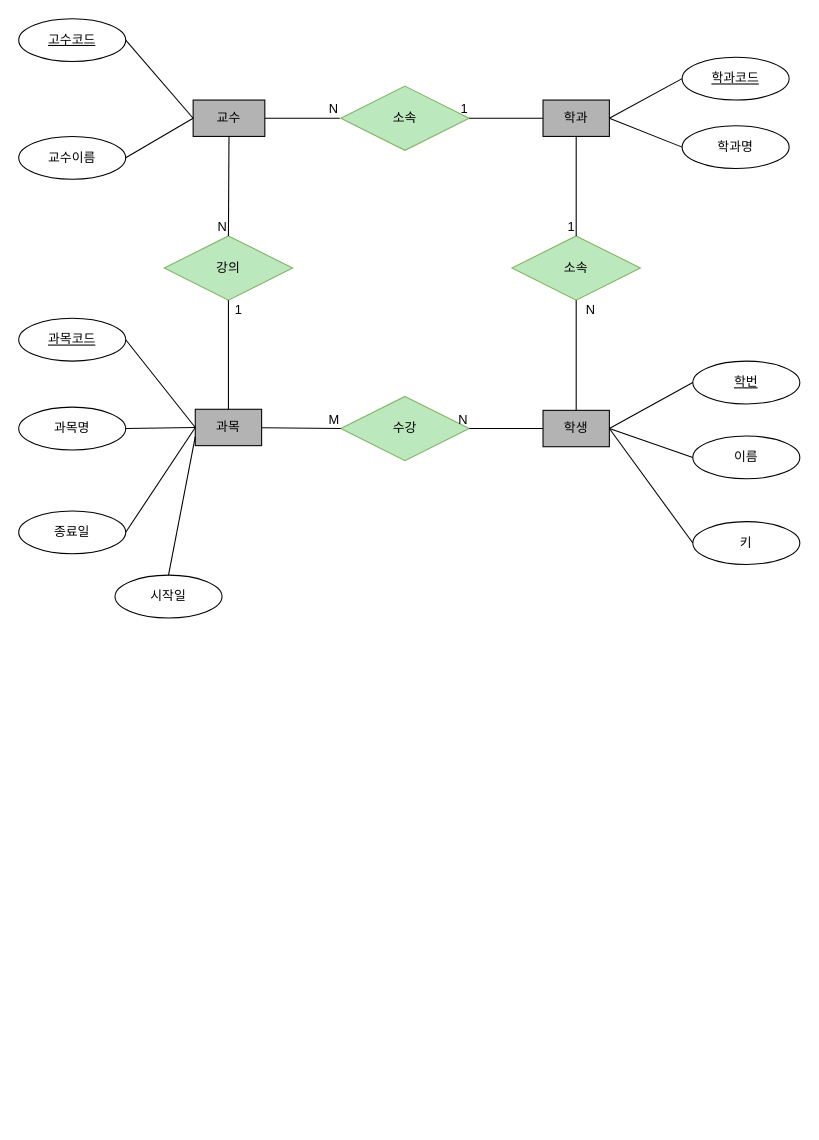
Before: 제목 없는 다이어그램.drawio in WooCheol-Yang/LeetCode, a draw.io diagram. Source tidied: cells renumbered, new cells numbered last; positions are measured from the earlier drawing's top-left corner, leaving out a move shared by most shapes. Both pictures are drawn from the tidied source at 107%, with x=0, y=0 at pixel (18, 18).
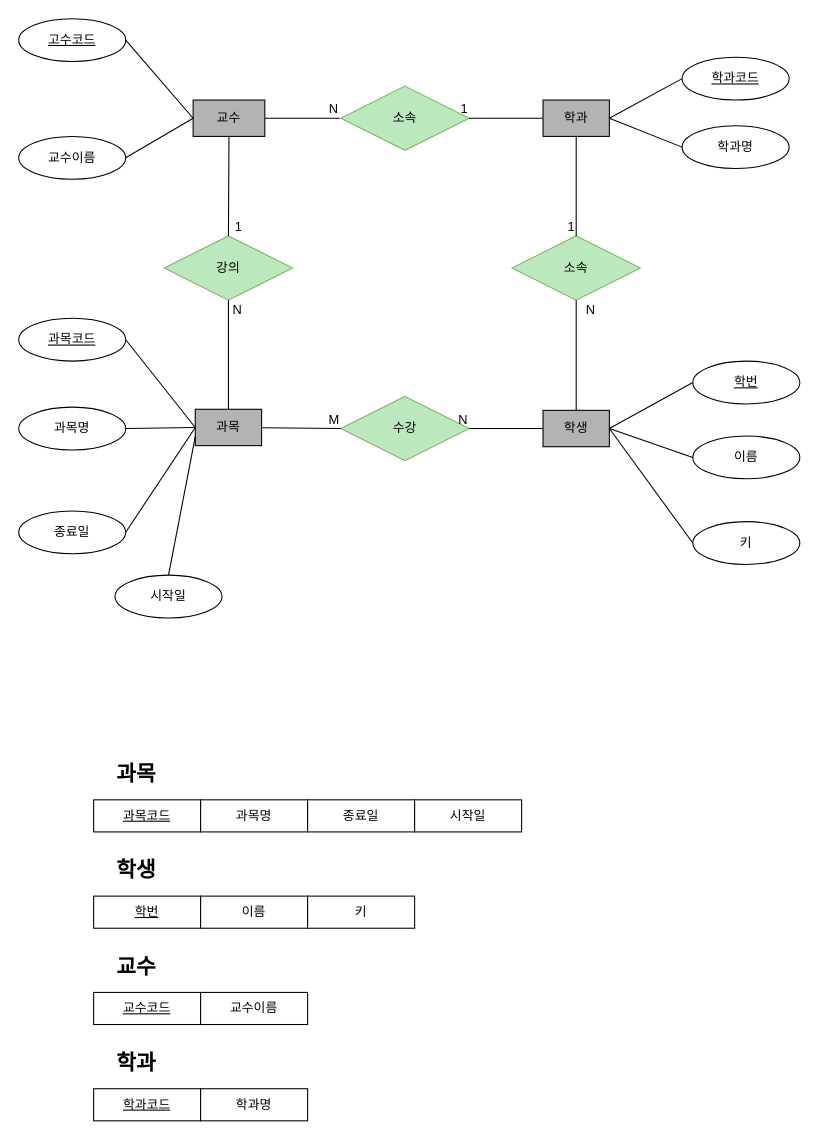
The same page after the edit.

Commit message (it also covers changes not shown here):
제목 없는 다이어그램.drawio 업데이트

The change refers to these unchanged cells:
```xml
<mxCell id="21" style="endArrow=none;html=1;rounded=0;exitX=0.5;exitY=1;exitDx=0;exitDy=0;entryX=0.5;entryY=0;entryDx=0;entryDy=0;" parent="1" edge="1" source="35" target="3">
  <mxGeometry relative="1" as="geometry" />
</mxCell>
<mxCell id="31" style="endArrow=none;html=1;rounded=0;exitX=0.5;exitY=0;exitDx=0;exitDy=0;entryX=0.5;entryY=1;entryDx=0;entryDy=0;" parent="1" edge="1" source="36" target="3">
  <mxGeometry relative="1" as="geometry" />
</mxCell>
```

The edit, as a diff of the source:
```diff
@@
     <mxCell id="22" value="N" style="html=1;whiteSpace=wrap;align=right;verticalAlign=bottom;" parent="21" vertex="1">
-      <mxGeometry x="1" relative="1" as="geometry" />
+      <mxGeometry x="1" relative="1" as="geometry">
+        <mxPoint x="14" y="77" as="offset" />
+      </mxGeometry>
     </mxCell>
@@
     <mxCell id="32" value="1" style="html=1;whiteSpace=wrap;align=right;verticalAlign=bottom;" parent="31" vertex="1">
       <mxGeometry x="1" relative="1" as="geometry">
-        <mxPoint x="14" y="17" as="offset" />
+        <mxPoint x="14" y="-60" as="offset" />
       </mxGeometry>
     </mxCell>
@@
+    <mxCell id="48" style="group;" parent="1" vertex="1">
+      <mxGeometry x="70" y="730" width="400" height="30" as="geometry" />
+    </mxCell>
+    <mxCell id="49" value="&lt;u&gt;과목코드&lt;/u&gt;" style="rounded=0;whiteSpace=wrap;html=1;" parent="48" vertex="1">
+      <mxGeometry width="100" height="30" as="geometry" />
+    </mxCell>
+    <mxCell id="50" value="과목명" style="rounded=0;whiteSpace=wrap;html=1;" parent="48" vertex="1">
+      <mxGeometry x="100" width="100" height="30" as="geometry" />
+    </mxCell>
+    <mxCell id="51" value="종료일" style="rounded=0;whiteSpace=wrap;html=1;" parent="48" vertex="1">
+      <mxGeometry x="200" width="100" height="30" as="geometry" />
+    </mxCell>
+    <mxCell id="52" value="시작일" style="rounded=0;whiteSpace=wrap;html=1;" parent="48" vertex="1">
+      <mxGeometry x="300" width="100" height="30" as="geometry" />
+    </mxCell>
+    <mxCell id="53" style="group;" parent="1" vertex="1">
+      <mxGeometry x="70" y="1000" width="400" height="30" as="geometry" />
+    </mxCell>
+    <mxCell id="54" value="&lt;u&gt;학과코드&lt;/u&gt;" style="rounded=0;whiteSpace=wrap;html=1;" parent="53" vertex="1">
+      <mxGeometry width="100" height="30" as="geometry" />
+    </mxCell>
+    <mxCell id="55" value="학과명" style="rounded=0;whiteSpace=wrap;html=1;" parent="53" vertex="1">
+      <mxGeometry x="100" width="100" height="30" as="geometry" />
+    </mxCell>
+    <mxCell id="56" style="group;" parent="1" vertex="1">
+      <mxGeometry x="70" y="820" width="400" height="30" as="geometry" />
+    </mxCell>
+    <mxCell id="57" value="&lt;u&gt;학번&lt;/u&gt;" style="rounded=0;whiteSpace=wrap;html=1;" parent="56" vertex="1">
+      <mxGeometry width="100" height="30" as="geometry" />
+    </mxCell>
+    <mxCell id="58" value="이름" style="rounded=0;whiteSpace=wrap;html=1;" parent="56" vertex="1">
+      <mxGeometry x="100" width="100" height="30" as="geometry" />
+    </mxCell>
+    <mxCell id="59" value="키" style="rounded=0;whiteSpace=wrap;html=1;" parent="56" vertex="1">
+      <mxGeometry x="200" width="100" height="30" as="geometry" />
+    </mxCell>
+    <mxCell id="60" value="&lt;u&gt;교수코드&lt;/u&gt;" style="rounded=0;whiteSpace=wrap;html=1;" parent="1" vertex="1">
+      <mxGeometry x="70" y="910" width="100" height="30" as="geometry" />
+    </mxCell>
+    <mxCell id="61" value="교수이름" style="rounded=0;whiteSpace=wrap;html=1;" parent="1" vertex="1">
+      <mxGeometry x="170" y="910" width="100" height="30" as="geometry" />
+    </mxCell>
+    <mxCell id="62" value="&lt;b&gt;&lt;font style=&quot;font-size: 20px;&quot;&gt;과목&lt;/font&gt;&lt;/b&gt;" style="text;html=1;strokeColor=none;fillColor=none;align=center;verticalAlign=middle;whiteSpace=wrap;rounded=0;" parent="1" vertex="1">
+      <mxGeometry x="80" y="690" width="60" height="30" as="geometry" />
+    </mxCell>
+    <mxCell id="63" value="&lt;b&gt;&lt;font style=&quot;font-size: 20px;&quot;&gt;학생&lt;/font&gt;&lt;/b&gt;" style="text;html=1;strokeColor=none;fillColor=none;align=center;verticalAlign=middle;whiteSpace=wrap;rounded=0;" parent="1" vertex="1">
+      <mxGeometry x="80" y="780" width="60" height="30" as="geometry" />
+    </mxCell>
+    <mxCell id="64" value="&lt;b&gt;&lt;font style=&quot;font-size: 20px;&quot;&gt;교수&lt;/font&gt;&lt;/b&gt;" style="text;html=1;strokeColor=none;fillColor=none;align=center;verticalAlign=middle;whiteSpace=wrap;rounded=0;" parent="1" vertex="1">
+      <mxGeometry x="80" y="870" width="60" height="30" as="geometry" />
+    </mxCell>
+    <mxCell id="65" value="&lt;b&gt;&lt;font style=&quot;font-size: 20px;&quot;&gt;학과&lt;/font&gt;&lt;/b&gt;" style="text;html=1;strokeColor=none;fillColor=none;align=center;verticalAlign=middle;whiteSpace=wrap;rounded=0;" parent="1" vertex="1">
+      <mxGeometry x="80" y="960" width="60" height="30" as="geometry" />
+    </mxCell>
```
